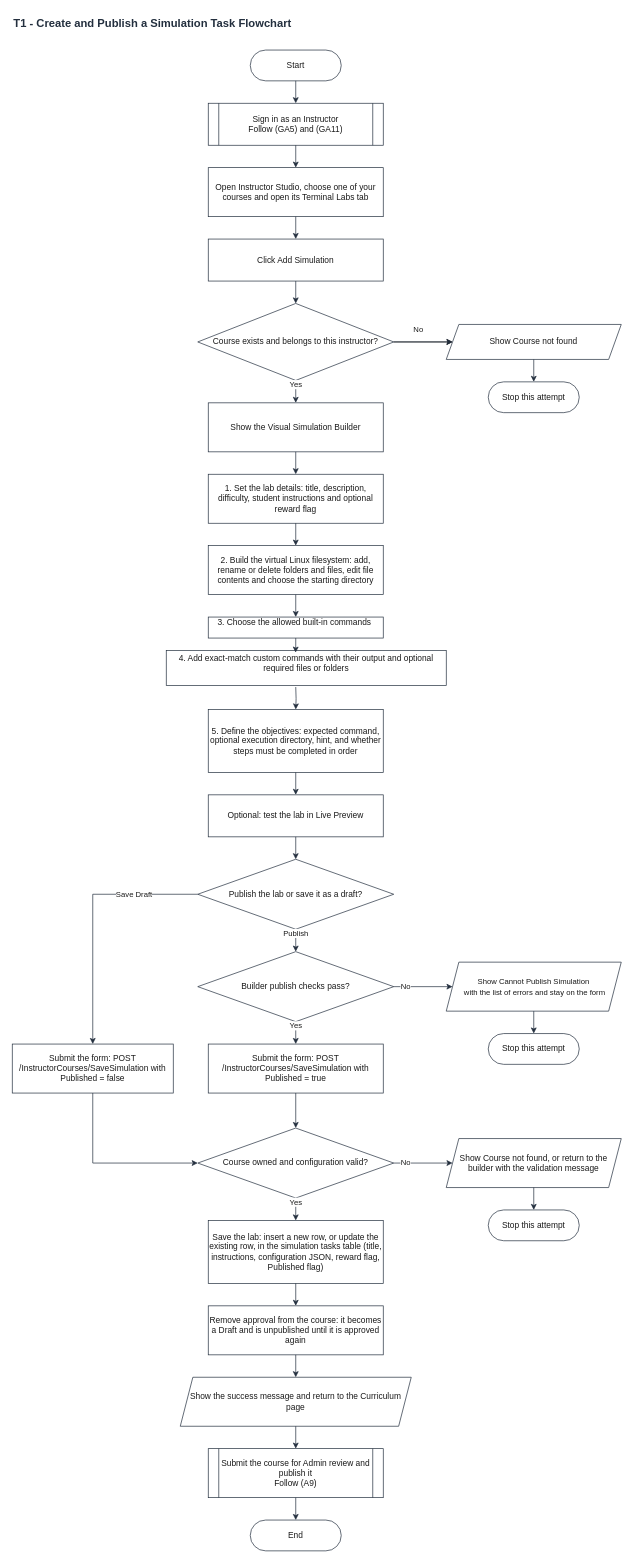
Above: UML DIAGRAMS/HackAcad_Terminal_Flowcharts/HackAcad_T1_Instructor_Create_Publish_Simulation.drawio in pikaitoh/HackAcad.Web (draw.io), before the change. Source tidied: cells renumbered, new cells numbered last; positions are measured from the earlier drawing's top-left corner, leaving out a move shared by most shapes. Both pictures are drawn from the tidied source at 70%, with x=0, y=0 at pixel (12, 12).
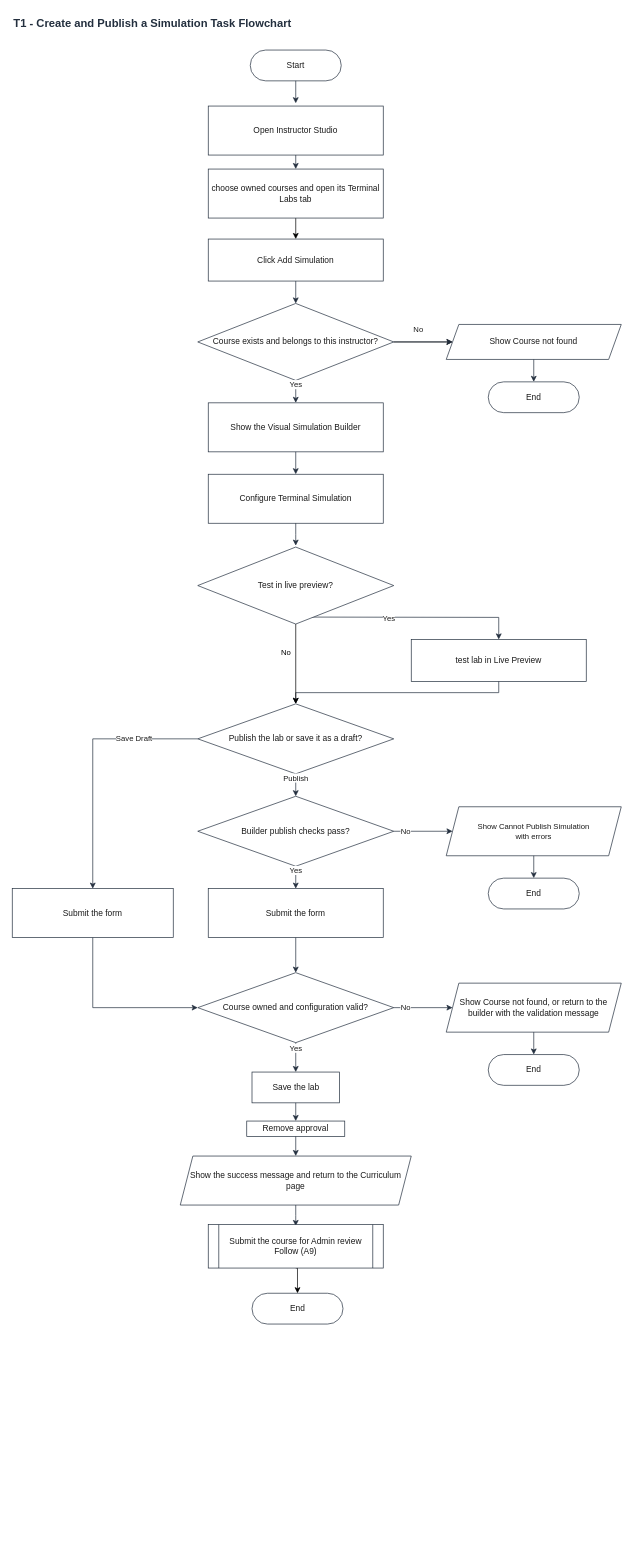
The same page after the edit.

Commit message (it also covers changes not shown here):
simplified workflow for terminal module

Unchanged cells that the change refers to:
```xml
<mxCell id="3" value="Start" style="rounded=1;arcSize=50;whiteSpace=wrap;html=1;fontFamily=Helvetica;fontSize=12;fontColor=#1A1A1A;strokeColor=#232F3E;fillColor=#FFFFFF;strokeWidth=1;" parent="1" vertex="1">
  <mxGeometry x="340" y="54" width="130" height="44" as="geometry" />
</mxCell>
<mxCell id="6" value="Click Add Simulation" style="rounded=0;whiteSpace=wrap;html=1;fontFamily=Helvetica;fontSize=12;fontColor=#1A1A1A;strokeColor=#232F3E;fillColor=#FFFFFF;strokeWidth=1;" parent="1" vertex="1">
  <mxGeometry x="280" y="324" width="250" height="60" as="geometry" />
</mxCell>
```

What changed in the source:
```diff
@@
-    <mxCell id="4" value="Sign in as an Instructor&lt;br&gt;Follow (GA5) and (GA11)" style="shape=process;backgroundOutline=1;size=0.06;whiteSpace=wrap;html=1;fontFamily=Helvetica;fontSize=12;fontColor=#1A1A1A;strokeColor=#232F3E;fillColor=#FFFFFF;strokeWidth=1;" parent="1" vertex="1">
-      <mxGeometry x="280" y="130" width="250" height="60" as="geometry" />
-    </mxCell>
-    <mxCell id="5" value="Open Instructor Studio, choose one of your courses and open its Terminal Labs tab" style="rounded=0;whiteSpace=wrap;html=1;fontFamily=Helvetica;fontSize=12;fontColor=#1A1A1A;strokeColor=#232F3E;fillColor=#FFFFFF;strokeWidth=1;" parent="1" vertex="1">
-      <mxGeometry x="280" y="222" width="250" height="70" as="geometry" />
+    <mxCell id="5" value="Open Instructor Studio" style="rounded=0;whiteSpace=wrap;html=1;fontFamily=Helvetica;fontSize=12;fontColor=#1A1A1A;strokeColor=#232F3E;fillColor=#FFFFFF;strokeWidth=1;" parent="1" vertex="1">
+      <mxGeometry x="280" y="134" width="250" height="70" as="geometry" />
     </mxCell>
@@
-    <mxCell id="10" value="Stop this attempt" style="rounded=1;arcSize=50;whiteSpace=wrap;html=1;fontFamily=Helvetica;fontSize=12;fontColor=#1A1A1A;strokeColor=#232F3E;fillColor=#FFFFFF;strokeWidth=1;" parent="1" vertex="1">
+    <mxCell id="10" value="End" style="rounded=1;arcSize=50;whiteSpace=wrap;html=1;fontFamily=Helvetica;fontSize=12;fontColor=#1A1A1A;strokeColor=#232F3E;fillColor=#FFFFFF;strokeWidth=1;" parent="1" vertex="1">
       <mxGeometry x="680" y="528" width="130" height="44" as="geometry" />
     </mxCell>
@@
-    <mxCell id="12" value="1. Set the lab details: title, description, difficulty, student instructions and optional reward flag" style="rounded=0;whiteSpace=wrap;html=1;fontFamily=Helvetica;fontSize=12;fontColor=#1A1A1A;strokeColor=#232F3E;fillColor=#FFFFFF;strokeWidth=1;" parent="1" vertex="1">
+    <mxCell id="12" value="Configure Terminal Simulation" style="rounded=0;whiteSpace=wrap;html=1;fontFamily=Helvetica;fontSize=12;fontColor=#1A1A1A;strokeColor=#232F3E;fillColor=#FFFFFF;strokeWidth=1;" parent="1" vertex="1">
       <mxGeometry x="280" y="660" width="250" height="70" as="geometry" />
     </mxCell>
-    <mxCell id="13" value="2. Build the virtual Linux filesystem: add, rename or delete folders and files, edit file contents and choose the starting directory" style="rounded=0;whiteSpace=wrap;html=1;fontFamily=Helvetica;fontSize=12;fontColor=#1A1A1A;strokeColor=#232F3E;fillColor=#FFFFFF;strokeWidth=1;" parent="1" vertex="1">
-      <mxGeometry x="280" y="762" width="250" height="70" as="geometry" />
-    </mxCell>
-    <mxCell id="14" value="3. Choose the allowed built-in commands&amp;nbsp;&lt;div&gt;&lt;br/&gt;&lt;/div&gt;" style="rounded=0;whiteSpace=wrap;html=1;fontFamily=Helvetica;fontSize=12;fontColor=#1A1A1A;strokeColor=#232F3E;fillColor=#FFFFFF;strokeWidth=1;" parent="1" vertex="1">
-      <mxGeometry x="280" y="864" width="250" height="30" as="geometry" />
-    </mxCell>
-    <mxCell id="15" value="5. Define the objectives: expected command, optional execution directory, hint, and whether steps must be completed in order" style="rounded=0;whiteSpace=wrap;html=1;fontFamily=Helvetica;fontSize=12;fontColor=#1A1A1A;strokeColor=#232F3E;fillColor=#FFFFFF;strokeWidth=1;" parent="1" vertex="1">
-      <mxGeometry x="280" y="996" width="250" height="90" as="geometry" />
-    </mxCell>
-    <mxCell id="16" value="Optional: test the lab in Live Preview" style="rounded=0;whiteSpace=wrap;html=1;fontFamily=Helvetica;fontSize=12;fontColor=#1A1A1A;strokeColor=#232F3E;fillColor=#FFFFFF;strokeWidth=1;" parent="1" vertex="1">
-      <mxGeometry x="280" y="1118" width="250" height="60" as="geometry" />
+    <mxCell id="16" value="test lab in Live Preview" style="rounded=0;whiteSpace=wrap;html=1;fontFamily=Helvetica;fontSize=12;fontColor=#1A1A1A;strokeColor=#232F3E;fillColor=#FFFFFF;strokeWidth=1;" parent="1" vertex="1">
+      <mxGeometry x="570" y="896" width="250" height="60" as="geometry" />
     </mxCell>
     <mxCell id="17" value="Publish the lab or save it as a draft?" style="rhombus;whiteSpace=wrap;html=1;fontFamily=Helvetica;fontSize=12;fontColor=#1A1A1A;strokeColor=#232F3E;fillColor=#FFFFFF;strokeWidth=1;" parent="1" vertex="1">
-      <mxGeometry x="265" y="1210" width="280" height="100" as="geometry" />
+      <mxGeometry x="265" y="988" width="280" height="100" as="geometry" />
     </mxCell>
     <mxCell id="18" value="Builder publish checks pass?" style="rhombus;whiteSpace=wrap;html=1;fontFamily=Helvetica;fontSize=12;fontColor=#1A1A1A;strokeColor=#232F3E;fillColor=#FFFFFF;strokeWidth=1;" parent="1" vertex="1">
-      <mxGeometry x="265" y="1342" width="280" height="100" as="geometry" />
+      <mxGeometry x="265" y="1120" width="280" height="100" as="geometry" />
     </mxCell>
-    <mxCell id="19" value="&lt;div&gt;&lt;font style=&quot;font-size: 11px;&quot;&gt;Show Cannot Publish Simulation&lt;/font&gt;&lt;/div&gt;&lt;div&gt;&lt;font style=&quot;font-size: 11px;&quot;&gt;&amp;nbsp;with the list of errors and stay on the form&lt;/font&gt;&lt;/div&gt;" style="shape=parallelogram;perimeter=parallelogramPerimeter;fixedSize=1;size=18;whiteSpace=wrap;html=1;fontFamily=Helvetica;fontSize=12;fontColor=#1A1A1A;strokeColor=#232F3E;fillColor=#FFFFFF;strokeWidth=1;" parent="1" vertex="1">
-      <mxGeometry x="620" y="1357" width="250" height="70" as="geometry" />
+    <mxCell id="19" value="&lt;div&gt;&lt;font style=&quot;font-size: 11px;&quot;&gt;Show Cannot Publish Simulation&lt;/font&gt;&lt;/div&gt;&lt;div&gt;&lt;font style=&quot;font-size: 11px;&quot;&gt;&amp;nbsp;with errors&amp;nbsp;&lt;/font&gt;&lt;/div&gt;" style="shape=parallelogram;perimeter=parallelogramPerimeter;fixedSize=1;size=18;whiteSpace=wrap;html=1;fontFamily=Helvetica;fontSize=12;fontColor=#1A1A1A;strokeColor=#232F3E;fillColor=#FFFFFF;strokeWidth=1;" parent="1" vertex="1">
+      <mxGeometry x="620" y="1135" width="250" height="70" as="geometry" />
     </mxCell>
-    <mxCell id="20" value="Stop this attempt" style="rounded=1;arcSize=50;whiteSpace=wrap;html=1;fontFamily=Helvetica;fontSize=12;fontColor=#1A1A1A;strokeColor=#232F3E;fillColor=#FFFFFF;strokeWidth=1;" parent="1" vertex="1">
-      <mxGeometry x="680" y="1459" width="130" height="44" as="geometry" />
+    <mxCell id="20" value="End" style="rounded=1;arcSize=50;whiteSpace=wrap;html=1;fontFamily=Helvetica;fontSize=12;fontColor=#1A1A1A;strokeColor=#232F3E;fillColor=#FFFFFF;strokeWidth=1;" parent="1" vertex="1">
+      <mxGeometry x="680" y="1237" width="130" height="44" as="geometry" />
     </mxCell>
-    <mxCell id="21" value="Submit the form: POST /InstructorCourses/SaveSimulation with Published = true" style="rounded=0;whiteSpace=wrap;html=1;fontFamily=Helvetica;fontSize=12;fontColor=#1A1A1A;strokeColor=#232F3E;fillColor=#FFFFFF;strokeWidth=1;" parent="1" vertex="1">
-      <mxGeometry x="280" y="1474" width="250" height="70" as="geometry" />
+    <mxCell id="21" value="Submit the form" style="rounded=0;whiteSpace=wrap;html=1;fontFamily=Helvetica;fontSize=12;fontColor=#1A1A1A;strokeColor=#232F3E;fillColor=#FFFFFF;strokeWidth=1;" parent="1" vertex="1">
+      <mxGeometry x="280" y="1252" width="250" height="70" as="geometry" />
     </mxCell>
-    <mxCell id="22" value="Submit the form: POST /InstructorCourses/SaveSimulation with Published = false" style="rounded=0;whiteSpace=wrap;html=1;fontFamily=Helvetica;fontSize=12;fontColor=#1A1A1A;strokeColor=#232F3E;fillColor=#FFFFFF;strokeWidth=1;" parent="1" vertex="1">
-      <mxGeometry y="1474" width="230" height="70" as="geometry" />
+    <mxCell id="22" value="Submit the form" style="rounded=0;whiteSpace=wrap;html=1;fontFamily=Helvetica;fontSize=12;fontColor=#1A1A1A;strokeColor=#232F3E;fillColor=#FFFFFF;strokeWidth=1;" parent="1" vertex="1">
+      <mxGeometry y="1252" width="230" height="70" as="geometry" />
     </mxCell>
     <mxCell id="23" value="Course owned and configuration valid?" style="rhombus;whiteSpace=wrap;html=1;fontFamily=Helvetica;fontSize=12;fontColor=#1A1A1A;strokeColor=#232F3E;fillColor=#FFFFFF;strokeWidth=1;" parent="1" vertex="1">
-      <mxGeometry x="265" y="1594" width="280" height="100" as="geometry" />
+      <mxGeometry x="265" y="1372" width="280" height="100" as="geometry" />
     </mxCell>
     <mxCell id="24" value="Show Course not found, or return to the builder with the validation message" style="shape=parallelogram;perimeter=parallelogramPerimeter;fixedSize=1;size=18;whiteSpace=wrap;html=1;fontFamily=Helvetica;fontSize=12;fontColor=#1A1A1A;strokeColor=#232F3E;fillColor=#FFFFFF;strokeWidth=1;" parent="1" vertex="1">
-      <mxGeometry x="620" y="1609" width="250" height="70" as="geometry" />
+      <mxGeometry x="620" y="1387" width="250" height="70" as="geometry" />
     </mxCell>
-    <mxCell id="25" value="Stop this attempt" style="rounded=1;arcSize=50;whiteSpace=wrap;html=1;fontFamily=Helvetica;fontSize=12;fontColor=#1A1A1A;strokeColor=#232F3E;fillColor=#FFFFFF;strokeWidth=1;" parent="1" vertex="1">
-      <mxGeometry x="680" y="1711" width="130" height="44" as="geometry" />
+    <mxCell id="25" value="End" style="rounded=1;arcSize=50;whiteSpace=wrap;html=1;fontFamily=Helvetica;fontSize=12;fontColor=#1A1A1A;strokeColor=#232F3E;fillColor=#FFFFFF;strokeWidth=1;" parent="1" vertex="1">
+      <mxGeometry x="680" y="1489" width="130" height="44" as="geometry" />
     </mxCell>
-    <mxCell id="26" value="Save the lab: insert a new row, or update the existing row, in the simulation tasks table (title, instructions, configuration JSON, reward flag, Published flag)" style="rounded=0;whiteSpace=wrap;html=1;fontFamily=Helvetica;fontSize=12;fontColor=#1A1A1A;strokeColor=#232F3E;fillColor=#FFFFFF;strokeWidth=1;" parent="1" vertex="1">
-      <mxGeometry x="280" y="1726" width="250" height="90" as="geometry" />
+    <mxCell id="26" value="Save the lab" style="rounded=0;whiteSpace=wrap;html=1;fontFamily=Helvetica;fontSize=12;fontColor=#1A1A1A;strokeColor=#232F3E;fillColor=#FFFFFF;strokeWidth=1;" parent="1" vertex="1">
+      <mxGeometry x="342.5" y="1514" width="125" height="44" as="geometry" />
     </mxCell>
-    <mxCell id="27" value="Remove approval from the course: it becomes a Draft and is unpublished until it is approved again" style="rounded=0;whiteSpace=wrap;html=1;fontFamily=Helvetica;fontSize=12;fontColor=#1A1A1A;strokeColor=#232F3E;fillColor=#FFFFFF;strokeWidth=1;" parent="1" vertex="1">
-      <mxGeometry x="280" y="1848" width="250" height="70" as="geometry" />
+    <mxCell id="27" value="Remove approval" style="rounded=0;whiteSpace=wrap;html=1;fontFamily=Helvetica;fontSize=12;fontColor=#1A1A1A;strokeColor=#232F3E;fillColor=#FFFFFF;strokeWidth=1;" parent="1" vertex="1">
+      <mxGeometry x="335" y="1584" width="140" height="22" as="geometry" />
     </mxCell>
     <mxCell id="28" value="Show the success message and return to the Curriculum page" style="shape=parallelogram;perimeter=parallelogramPerimeter;fixedSize=1;size=18;whiteSpace=wrap;html=1;fontFamily=Helvetica;fontSize=12;fontColor=#1A1A1A;strokeColor=#232F3E;fillColor=#FFFFFF;strokeWidth=1;" parent="1" vertex="1">
-      <mxGeometry x="240" y="1950" width="330" height="70" as="geometry" />
+      <mxGeometry x="240" y="1634" width="330" height="70" as="geometry" />
     </mxCell>
-    <mxCell id="29" value="Submit the course for Admin review and publish it&lt;br&gt;Follow (A9)" style="shape=process;backgroundOutline=1;size=0.06;whiteSpace=wrap;html=1;fontFamily=Helvetica;fontSize=12;fontColor=#1A1A1A;strokeColor=#232F3E;fillColor=#FFFFFF;strokeWidth=1;" parent="1" vertex="1">
-      <mxGeometry x="280" y="2052" width="250" height="70" as="geometry" />
-    </mxCell>
     <mxCell id="30" value="End" style="rounded=1;arcSize=50;whiteSpace=wrap;html=1;fontFamily=Helvetica;fontSize=12;fontColor=#1A1A1A;strokeColor=#232F3E;fillColor=#FFFFFF;strokeWidth=1;" parent="1" vertex="1">
-      <mxGeometry x="340" y="2154" width="130" height="44" as="geometry" />
+      <mxGeometry x="342.5" y="1830" width="130" height="44" as="geometry" />
     </mxCell>
-    <mxCell id="31" style="edgeStyle=orthogonalEdgeStyle;rounded=0;html=1;endArrow=classic;endSize=6;fontFamily=Helvetica;fontSize=11;fontColor=#1A1A1A;strokeColor=#232F3E;strokeWidth=1;labelBackgroundColor=#FFFFFF;exitX=0.5;exitY=1;exitDx=0;exitDy=0;entryX=0.5;entryY=0;entryDx=0;entryDy=0;" parent="1" edge="1" source="3" target="4">
-      <mxGeometry relative="1" as="geometry" />
+    <mxCell id="31" style="edgeStyle=orthogonalEdgeStyle;rounded=0;html=1;endArrow=classic;endSize=6;fontFamily=Helvetica;fontSize=11;fontColor=#1A1A1A;strokeColor=#232F3E;strokeWidth=1;labelBackgroundColor=#FFFFFF;exitX=0.5;exitY=1;exitDx=0;exitDy=0;entryX=0.5;entryY=0;entryDx=0;entryDy=0;" parent="1" edge="1" source="3">
+      <mxGeometry relative="1" as="geometry">
+        <mxPoint x="405" y="130" as="targetPoint" />
+      </mxGeometry>
     </mxCell>
-    <mxCell id="32" style="edgeStyle=orthogonalEdgeStyle;rounded=0;html=1;endArrow=classic;endSize=6;fontFamily=Helvetica;fontSize=11;fontColor=#1A1A1A;strokeColor=#232F3E;strokeWidth=1;labelBackgroundColor=#FFFFFF;exitX=0.5;exitY=1;exitDx=0;exitDy=0;entryX=0.5;entryY=0;entryDx=0;entryDy=0;" parent="1" edge="1" source="4" target="5">
-      <mxGeometry relative="1" as="geometry" />
-    </mxCell>
-    <mxCell id="33" style="edgeStyle=orthogonalEdgeStyle;rounded=0;html=1;endArrow=classic;endSize=6;fontFamily=Helvetica;fontSize=11;fontColor=#1A1A1A;strokeColor=#232F3E;strokeWidth=1;labelBackgroundColor=#FFFFFF;exitX=0.5;exitY=1;exitDx=0;exitDy=0;entryX=0.5;entryY=0;entryDx=0;entryDy=0;" parent="1" edge="1" source="5" target="6">
+    <mxCell id="33" style="edgeStyle=orthogonalEdgeStyle;rounded=0;html=1;endArrow=classic;endSize=6;fontFamily=Helvetica;fontSize=11;fontColor=#1A1A1A;strokeColor=#232F3E;strokeWidth=1;labelBackgroundColor=#FFFFFF;exitX=0.5;exitY=1;exitDx=0;exitDy=0;entryX=0.5;entryY=0;entryDx=0;entryDy=0;" parent="1" edge="1" source="5" target="62">
       <mxGeometry relative="1" as="geometry" />
     </mxCell>
@@
-    <mxCell id="39" style="edgeStyle=orthogonalEdgeStyle;rounded=0;html=1;endArrow=classic;endSize=6;fontFamily=Helvetica;fontSize=11;fontColor=#1A1A1A;strokeColor=#232F3E;strokeWidth=1;labelBackgroundColor=#FFFFFF;exitX=0.5;exitY=1;exitDx=0;exitDy=0;entryX=0.5;entryY=0;entryDx=0;entryDy=0;" parent="1" edge="1" source="12" target="13">
-      <mxGeometry relative="1" as="geometry" />
+    <mxCell id="39" style="edgeStyle=orthogonalEdgeStyle;rounded=0;html=1;endArrow=classic;endSize=6;fontFamily=Helvetica;fontSize=11;fontColor=#1A1A1A;strokeColor=#232F3E;strokeWidth=1;labelBackgroundColor=#FFFFFF;exitX=0.5;exitY=1;exitDx=0;exitDy=0;entryX=0.5;entryY=0;entryDx=0;entryDy=0;" parent="1" edge="1" source="12">
+      <mxGeometry relative="1" as="geometry">
+        <mxPoint x="405" y="762" as="targetPoint" />
+      </mxGeometry>
     </mxCell>
-    <mxCell id="40" style="edgeStyle=orthogonalEdgeStyle;rounded=0;html=1;endArrow=classic;endSize=6;fontFamily=Helvetica;fontSize=11;fontColor=#1A1A1A;strokeColor=#232F3E;strokeWidth=1;labelBackgroundColor=#FFFFFF;exitX=0.5;exitY=1;exitDx=0;exitDy=0;entryX=0.5;entryY=0;entryDx=0;entryDy=0;" parent="1" edge="1" source="13" target="14">
-      <mxGeometry relative="1" as="geometry" />
-    </mxCell>
-    <mxCell id="41" style="edgeStyle=orthogonalEdgeStyle;rounded=0;html=1;endArrow=classic;endSize=6;fontFamily=Helvetica;fontSize=11;fontColor=#1A1A1A;strokeColor=#232F3E;strokeWidth=1;labelBackgroundColor=#FFFFFF;entryX=0.5;entryY=0;entryDx=0;entryDy=0;" parent="1" edge="1" target="15">
-      <mxGeometry relative="1" as="geometry">
-        <mxPoint x="405" y="964" as="sourcePoint" />
-      </mxGeometry>
-    </mxCell>
-    <mxCell id="42" style="edgeStyle=orthogonalEdgeStyle;rounded=0;html=1;endArrow=classic;endSize=6;fontFamily=Helvetica;fontSize=11;fontColor=#1A1A1A;strokeColor=#232F3E;strokeWidth=1;labelBackgroundColor=#FFFFFF;exitX=0.5;exitY=1;exitDx=0;exitDy=0;entryX=0.5;entryY=0;entryDx=0;entryDy=0;" parent="1" edge="1" source="15" target="16">
-      <mxGeometry relative="1" as="geometry" />
+    <mxCell id="42" style="edgeStyle=orthogonalEdgeStyle;rounded=0;html=1;endArrow=classic;endSize=6;fontFamily=Helvetica;fontSize=11;fontColor=#1A1A1A;strokeColor=#232F3E;strokeWidth=1;labelBackgroundColor=#FFFFFF;exitX=0.5;exitY=1;exitDx=0;exitDy=0;entryX=0.5;entryY=0;entryDx=0;entryDy=0;" parent="1" edge="1" target="16">
+      <mxGeometry relative="1" as="geometry">
+        <mxPoint x="405" y="864" as="sourcePoint" />
+      </mxGeometry>
     </mxCell>
+    <mxCell id="60" value="Yes" style="edgeLabel;html=1;align=center;verticalAlign=middle;inheritText=1;fontColor=#1A1A1A;labelBackgroundColor=#FFFFFF;" parent="42" vertex="1">
+      <mxGeometry x="-0.17" y="-1" relative="1" as="geometry" />
+    </mxCell>
@@
     <mxCell id="45" value="Save Draft" style="edgeStyle=orthogonalEdgeStyle;rounded=0;html=1;endArrow=classic;endSize=6;fontFamily=Helvetica;fontSize=11;fontColor=#1A1A1A;strokeColor=#232F3E;strokeWidth=1;labelBackgroundColor=#FFFFFF;exitX=0;exitY=0.5;exitDx=0;exitDy=0;entryX=0.5;entryY=0;entryDx=0;entryDy=0;" parent="1" edge="1" source="17" target="22">
       <mxGeometry x="-0.5" relative="1" as="geometry">
         <Array as="points">
-          <mxPoint x="115" y="1260" />
+          <mxPoint x="115" y="1038" />
         </Array>
       </mxGeometry>
     </mxCell>
@@
     <mxCell id="50" style="edgeStyle=orthogonalEdgeStyle;rounded=0;html=1;endArrow=classic;endSize=6;fontFamily=Helvetica;fontSize=11;fontColor=#1A1A1A;strokeColor=#232F3E;strokeWidth=1;labelBackgroundColor=#FFFFFF;exitX=0.5;exitY=1;exitDx=0;exitDy=0;entryX=0;entryY=0.5;entryDx=0;entryDy=0;" parent="1" edge="1" source="22" target="23">
       <mxGeometry relative="1" as="geometry">
         <Array as="points">
-          <mxPoint x="115" y="1644" />
+          <mxPoint x="115" y="1422" />
         </Array>
       </mxGeometry>
     </mxCell>
@@
-    <mxCell id="56" style="edgeStyle=orthogonalEdgeStyle;rounded=0;html=1;endArrow=classic;endSize=6;fontFamily=Helvetica;fontSize=11;fontColor=#1A1A1A;strokeColor=#232F3E;strokeWidth=1;labelBackgroundColor=#FFFFFF;exitX=0.5;exitY=1;exitDx=0;exitDy=0;entryX=0.5;entryY=0;entryDx=0;entryDy=0;" parent="1" edge="1" source="28" target="29">
-      <mxGeometry relative="1" as="geometry" />
+    <mxCell id="56" style="edgeStyle=orthogonalEdgeStyle;rounded=0;html=1;endArrow=classic;endSize=6;fontFamily=Helvetica;fontSize=11;fontColor=#1A1A1A;strokeColor=#232F3E;strokeWidth=1;labelBackgroundColor=#FFFFFF;exitX=0.5;exitY=1;exitDx=0;exitDy=0;" parent="1" edge="1" source="28">
+      <mxGeometry relative="1" as="geometry">
+        <mxPoint x="405" y="1734" as="targetPoint" />
+      </mxGeometry>
     </mxCell>
-    <mxCell id="57" style="edgeStyle=orthogonalEdgeStyle;rounded=0;html=1;endArrow=classic;endSize=6;fontFamily=Helvetica;fontSize=11;fontColor=#1A1A1A;strokeColor=#232F3E;strokeWidth=1;labelBackgroundColor=#FFFFFF;exitX=0.5;exitY=1;exitDx=0;exitDy=0;entryX=0.5;entryY=0;entryDx=0;entryDy=0;" parent="1" edge="1" source="29" target="30">
-      <mxGeometry relative="1" as="geometry" />
-    </mxCell>
-    <mxCell id="58" value="4. Add exact-match custom commands with their output and optional required files or folders&lt;div&gt;&lt;br&gt;&lt;/div&gt;" style="rounded=0;whiteSpace=wrap;html=1;fontFamily=Helvetica;fontSize=12;fontColor=#1A1A1A;strokeColor=#232F3E;fillColor=#FFFFFF;strokeWidth=1;" parent="1" vertex="1">
-      <mxGeometry x="220" y="912" width="400" height="50" as="geometry" />
-    </mxCell>
-    <mxCell id="59" style="edgeStyle=orthogonalEdgeStyle;rounded=0;html=1;endArrow=classic;endSize=6;fontFamily=Helvetica;fontSize=11;fontColor=#1A1A1A;strokeColor=#232F3E;strokeWidth=1;labelBackgroundColor=#FFFFFF;exitX=0.5;exitY=1;exitDx=0;exitDy=0;entryX=0.462;entryY=0.057;entryDx=0;entryDy=0;entryPerimeter=0;" parent="1" edge="1" source="14" target="58">
-      <mxGeometry x="-0.7" relative="1" as="geometry" />
-    </mxCell>
+    <mxCell id="61" style="edgeStyle=orthogonalEdgeStyle;rounded=0;jettySize=auto;html=1;exitX=0.5;exitY=1;exitDx=0;exitDy=0;entryX=0.5;entryY=0;entryDx=0;entryDy=0;defaultLabelBackgroundColor=page;" parent="1" edge="1" source="62" target="6">
+      <mxGeometry relative="1" as="geometry" />
+    </mxCell>
+    <mxCell id="62" value="choose owned courses and open its Terminal Labs tab" style="rounded=0;whiteSpace=wrap;html=1;fontFamily=Helvetica;fontSize=12;fontColor=#1A1A1A;strokeColor=#232F3E;fillColor=#FFFFFF;strokeWidth=1;" parent="1" vertex="1">
+      <mxGeometry x="280" y="224" width="250" height="70" as="geometry" />
+    </mxCell>
+    <mxCell id="63" style="edgeStyle=orthogonalEdgeStyle;rounded=0;jettySize=auto;html=1;exitX=0.5;exitY=1;exitDx=0;exitDy=0;entryX=0.5;entryY=0;entryDx=0;entryDy=0;defaultLabelBackgroundColor=page;" parent="1" edge="1" source="65" target="17">
+      <mxGeometry relative="1" as="geometry" />
+    </mxCell>
+    <mxCell id="64" value="No" style="edgeLabel;html=1;align=center;verticalAlign=middle;inheritText=1;defaultLabelBackgroundColor=page;" parent="63" vertex="1">
+      <mxGeometry x="-0.33" y="-3" relative="1" as="geometry">
+        <mxPoint x="-12" y="2" as="offset" />
+      </mxGeometry>
+    </mxCell>
+    <mxCell id="65" value="Test in live preview?" style="rhombus;whiteSpace=wrap;html=1;fontFamily=Helvetica;fontSize=12;fontColor=#1A1A1A;strokeColor=#232F3E;fillColor=#FFFFFF;strokeWidth=1;" parent="1" vertex="1">
+      <mxGeometry x="265" y="764" width="280" height="110" as="geometry" />
+    </mxCell>
+    <mxCell id="66" style="edgeStyle=orthogonalEdgeStyle;rounded=0;jettySize=auto;html=1;exitX=0.5;exitY=1;exitDx=0;exitDy=0;entryX=0.5;entryY=0;entryDx=0;entryDy=0;defaultLabelBackgroundColor=page;" parent="1" edge="1" source="67" target="30">
+      <mxGeometry relative="1" as="geometry" />
+    </mxCell>
+    <mxCell id="67" value="Submit the course for Admin review&lt;br&gt;Follow (A9)" style="shape=process;backgroundOutline=1;size=0.06;whiteSpace=wrap;html=1;fontFamily=Helvetica;fontSize=12;fontColor=#1A1A1A;strokeColor=#232F3E;fillColor=#FFFFFF;strokeWidth=1;" parent="1" vertex="1">
+      <mxGeometry x="280" y="1732" width="250" height="62" as="geometry" />
+    </mxCell>
```
